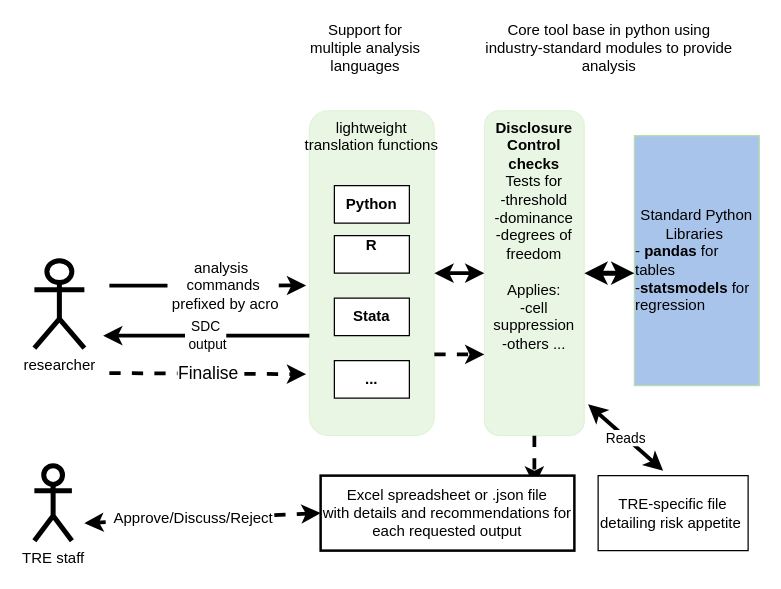
Earlier version of the draw.io diagram docs/overview.dio (AI-SDC/ACRO). Source tidied: cells renumbered, new cells numbered last; positions are measured from the earlier drawing's top-left corner, leaving out a move shared by most shapes. Both pictures are drawn from the tidied source at 125%, with x=0, y=0 at pixel (34, 22).
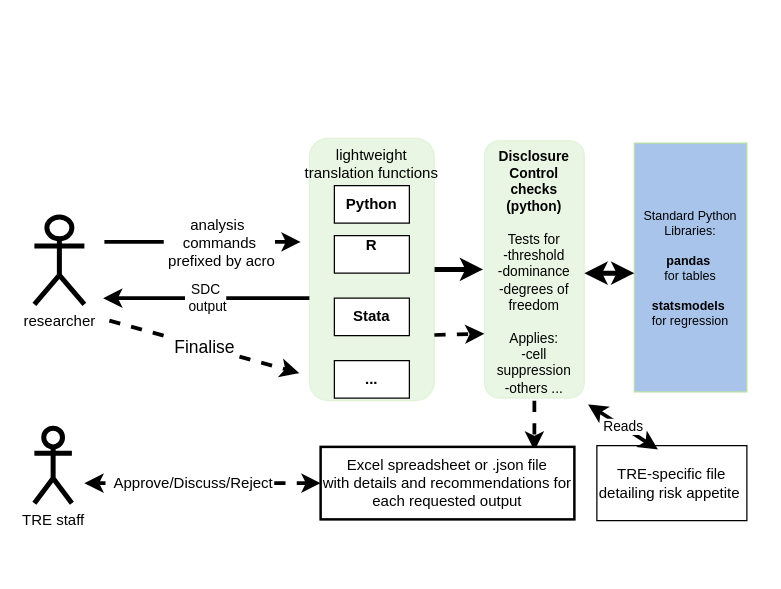
Above is the later version.

Commit message (it also covers changes not shown here):
made overview smaller

What changed in the source:
```diff
@@
+    <mxCell id="27" style="edgeStyle=orthogonalEdgeStyle;rounded=0;html=1;exitX=1;exitY=0.5;jettySize=auto;fontSize=10;strokeWidth=4;" parent="1" edge="1" source="2">
+      <mxGeometry relative="1" as="geometry">
+        <mxPoint x="359" y="197" as="targetPoint" />
+      </mxGeometry>
+    </mxCell>
     <mxCell id="2" value="&lt;div&gt;&lt;span style=&quot;letter-spacing: 0px&quot;&gt;lightweight&lt;/span&gt;&lt;br&gt;&lt;/div&gt;&lt;div&gt;translation&lt;span style=&quot;letter-spacing: 0px&quot;&gt;&amp;nbsp;functions&lt;/span&gt;&lt;/div&gt;" style="rounded=1;whiteSpace=wrap;html=1;strokeColor=#B9E0A5;verticalAlign=top;opacity=30;fillColor=#B9E0A5;spacingLeft=5;spacingRight=5;" parent="1" vertex="1">
-      <mxGeometry x="220" y="70" width="100" height="260" as="geometry" />
+      <mxGeometry x="220" y="92" width="100" height="210" as="geometry" />
     </mxCell>
-    <mxCell id="3" style="rounded=0;html=1;jettySize=auto;strokeWidth=3;elbow=vertical;entryX=-0.026;entryY=0.538;entryPerimeter=0;" parent="1" edge="1" target="2">
+    <mxCell id="3" style="rounded=0;html=1;jettySize=auto;orthogonalLoop=1;strokeWidth=3;elbow=vertical;" parent="1" edge="1">
       <mxGeometry relative="1" as="geometry">
-        <mxPoint x="60" y="210" as="sourcePoint" />
+        <mxPoint x="56" y="175" as="sourcePoint" />
+        <mxPoint x="213" y="175" as="targetPoint" />
       </mxGeometry>
     </mxCell>
@@
     <mxCell id="5" value="researcher" style="shape=umlActor;verticalLabelPosition=bottom;labelBackgroundColor=#ffffff;verticalAlign=top;html=1;strokeWidth=4;" parent="1" vertex="1">
-      <mxGeometry y="190" width="40" height="70" as="geometry" />
+      <mxGeometry y="155" width="40" height="70" as="geometry" />
     </mxCell>
@@
-    <mxCell id="7" style="edgeStyle=entityRelationEdgeStyle;rounded=0;html=1;jettySize=auto;strokeWidth=3;startArrow=classic;startFill=1;" parent="1" edge="1" target="11">
-      <mxGeometry relative="1" as="geometry">
-        <mxPoint x="320" y="200" as="sourcePoint" />
-      </mxGeometry>
-    </mxCell>
@@
-    <mxCell id="11" value="&lt;div style=&quot;text-align: center&quot;&gt;&lt;b&gt;Disclosure Control&lt;/b&gt;&lt;/div&gt;&lt;div style=&quot;text-align: center&quot;&gt;&lt;b&gt;checks&lt;/b&gt;&lt;/div&gt;&lt;div&gt;&lt;span style=&quot;letter-spacing: 0px ; text-align: left&quot;&gt;Tests for&lt;/span&gt;&lt;/div&gt;&lt;div&gt;&lt;span style=&quot;letter-spacing: 0px ; text-align: left&quot;&gt;-threshold&lt;/span&gt;&lt;/div&gt;&lt;div&gt;&lt;div style=&quot;text-align: center&quot;&gt;&lt;span style=&quot;letter-spacing: 0px ; text-align: left&quot;&gt;-dominance&lt;/span&gt;&lt;/div&gt;&lt;div style=&quot;text-align: center&quot;&gt;&lt;span style=&quot;letter-spacing: 0px ; text-align: left&quot;&gt;-degrees of freedom&lt;/span&gt;&lt;/div&gt;&lt;/div&gt;&lt;div style=&quot;text-align: center&quot;&gt;&lt;span style=&quot;letter-spacing: 0px ; text-align: left&quot;&gt;&lt;br&gt;&lt;/span&gt;&lt;/div&gt;&lt;div style=&quot;text-align: center&quot;&gt;&lt;span style=&quot;letter-spacing: 0px ; text-align: left&quot;&gt;Applies:&lt;/span&gt;&lt;/div&gt;&lt;div style=&quot;text-align: center&quot;&gt;&lt;span style=&quot;letter-spacing: 0px ; text-align: left&quot;&gt;-cell suppression&lt;/span&gt;&lt;/div&gt;&lt;div style=&quot;text-align: center&quot;&gt;&lt;span style=&quot;letter-spacing: 0px ; text-align: left&quot;&gt;-others ...&lt;/span&gt;&lt;/div&gt;" style="rounded=1;whiteSpace=wrap;html=1;strokeColor=#B9E0A5;verticalAlign=top;opacity=30;fillColor=#B9E0A5;" parent="1" vertex="1">
-      <mxGeometry x="360" y="70" width="80" height="260" as="geometry" />
+    <mxCell id="11" value="&lt;div style=&quot;text-align: center ; font-size: 11px&quot;&gt;&lt;b&gt;&lt;font style=&quot;font-size: 11px&quot;&gt;Disclosure Control&lt;/font&gt;&lt;/b&gt;&lt;/div&gt;&lt;div style=&quot;text-align: center ; font-size: 11px&quot;&gt;&lt;b&gt;&lt;font style=&quot;font-size: 11px&quot;&gt;checks&lt;/font&gt;&lt;/b&gt;&lt;/div&gt;&lt;div style=&quot;text-align: center ; font-size: 11px&quot;&gt;&lt;b&gt;&lt;font style=&quot;font-size: 11px&quot;&gt;(python)&lt;/font&gt;&lt;/b&gt;&lt;/div&gt;&lt;div style=&quot;text-align: center ; font-size: 11px&quot;&gt;&lt;b&gt;&lt;font style=&quot;font-size: 11px&quot;&gt;&lt;br&gt;&lt;/font&gt;&lt;/b&gt;&lt;/div&gt;&lt;div style=&quot;font-size: 11px&quot;&gt;&lt;span style=&quot;letter-spacing: 0px ; text-align: left&quot;&gt;&lt;font style=&quot;font-size: 11px&quot;&gt;Tests for&lt;/font&gt;&lt;/span&gt;&lt;/div&gt;&lt;div style=&quot;font-size: 11px&quot;&gt;&lt;span style=&quot;letter-spacing: 0px ; text-align: left&quot;&gt;&lt;font style=&quot;font-size: 11px&quot;&gt;-threshold&lt;/font&gt;&lt;/span&gt;&lt;/div&gt;&lt;div style=&quot;font-size: 11px&quot;&gt;&lt;div style=&quot;text-align: center&quot;&gt;&lt;span style=&quot;letter-spacing: 0px ; text-align: left&quot;&gt;&lt;font style=&quot;font-size: 11px&quot;&gt;-dominance&lt;/font&gt;&lt;/span&gt;&lt;/div&gt;&lt;div style=&quot;text-align: center&quot;&gt;&lt;span style=&quot;letter-spacing: 0px ; text-align: left&quot;&gt;&lt;font style=&quot;font-size: 11px&quot;&gt;-degrees of freedom&lt;/font&gt;&lt;/span&gt;&lt;/div&gt;&lt;/div&gt;&lt;div style=&quot;text-align: center ; font-size: 11px&quot;&gt;&lt;span style=&quot;letter-spacing: 0px ; text-align: left&quot;&gt;&lt;font style=&quot;font-size: 11px&quot;&gt;&lt;br&gt;&lt;/font&gt;&lt;/span&gt;&lt;/div&gt;&lt;div style=&quot;text-align: center ; font-size: 11px&quot;&gt;&lt;span style=&quot;letter-spacing: 0px ; text-align: left&quot;&gt;&lt;font style=&quot;font-size: 11px&quot;&gt;Applies:&lt;/font&gt;&lt;/span&gt;&lt;/div&gt;&lt;div style=&quot;text-align: center ; font-size: 11px&quot;&gt;&lt;span style=&quot;letter-spacing: 0px ; text-align: left&quot;&gt;&lt;font style=&quot;font-size: 11px&quot;&gt;-cell suppression&lt;/font&gt;&lt;/span&gt;&lt;/div&gt;&lt;div style=&quot;text-align: center ; font-size: 11px&quot;&gt;&lt;span style=&quot;letter-spacing: 0px ; text-align: left&quot;&gt;&lt;font style=&quot;font-size: 11px&quot;&gt;-others ...&lt;/font&gt;&lt;/span&gt;&lt;/div&gt;" style="rounded=1;whiteSpace=wrap;html=1;strokeColor=#B9E0A5;verticalAlign=top;opacity=30;fillColor=#B9E0A5;" parent="1" vertex="1">
+      <mxGeometry x="360" y="94" width="80" height="206" as="geometry" />
     </mxCell>
@@
-    <mxCell id="13" value="Standard Python Libraries&amp;nbsp;&lt;div style=&quot;text-align: left&quot;&gt;- &lt;b&gt;pandas&lt;/b&gt; for tables&lt;/div&gt;&lt;div style=&quot;text-align: left&quot;&gt;-&lt;b&gt;statsmodels&lt;/b&gt;&amp;nbsp;for regression&lt;/div&gt;" style="rounded=0;whiteSpace=wrap;html=1;strokeColor=#B9E0A5;fillColor=#A9C4EB;" parent="1" vertex="1">
-      <mxGeometry x="480" y="90" width="100" height="200" as="geometry" />
+    <mxCell id="13" value="Standard Python Libraries:&lt;div&gt;&amp;nbsp;&lt;div style=&quot;text-align: center&quot;&gt;&lt;b&gt;pandas&lt;/b&gt;&amp;nbsp;&lt;/div&gt;&lt;div style=&quot;text-align: center&quot;&gt;for tables&lt;/div&gt;&lt;div style=&quot;text-align: left&quot;&gt;&lt;b&gt;&lt;br&gt;&lt;/b&gt;&lt;/div&gt;&lt;div style=&quot;text-align: center&quot;&gt;&lt;b&gt;statsmodels&lt;/b&gt;&amp;nbsp;&lt;/div&gt;&lt;div style=&quot;text-align: center&quot;&gt;for regression&lt;/div&gt;&lt;/div&gt;" style="rounded=0;whiteSpace=wrap;html=1;strokeColor=#B9E0A5;fillColor=#A9C4EB;fontSize=10;" parent="1" vertex="1">
+      <mxGeometry x="480" y="96" width="90" height="199" as="geometry" />
     </mxCell>
-    <mxCell id="14" value="Support for multiple analysis&lt;div&gt;languages&lt;/div&gt;" style="text;html=1;strokeColor=none;fillColor=none;align=center;verticalAlign=middle;whiteSpace=wrap;rounded=0;spacing=0;" parent="1" vertex="1">
-      <mxGeometry x="220" y="10" width="90" height="20" as="geometry" />
-    </mxCell>
-    <mxCell id="15" value="Core tool base in python using industry-standard modules to provide analysis" style="text;html=1;strokeColor=none;fillColor=none;align=center;verticalAlign=middle;whiteSpace=wrap;rounded=0;" parent="1" vertex="1">
-      <mxGeometry x="360" width="200" height="40" as="geometry" />
-    </mxCell>
@@
     <mxCell id="17" value="SDC&lt;div&gt;&amp;nbsp;output&lt;/div&gt;" style="endArrow=classic;html=1;strokeWidth=3;exitX=-0.046;exitY=0.657;exitPerimeter=0;" parent="1" edge="1">
       <mxGeometry relative="1" as="geometry">
-        <mxPoint x="220" y="250" as="sourcePoint" />
-        <mxPoint x="55" y="250" as="targetPoint" />
+        <mxPoint x="220" y="220" as="sourcePoint" />
+        <mxPoint x="55" y="220" as="targetPoint" />
       </mxGeometry>
     </mxCell>
-    <mxCell id="18" value="&lt;font style=&quot;font-size: 14px&quot;&gt;Finalise&lt;/font&gt;" style="endArrow=classic;html=1;strokeWidth=3;entryX=-0.026;entryY=0.811;entryPerimeter=0;dashed=1;" parent="1" edge="1" target="2">
+    <mxCell id="18" value="&lt;font style=&quot;font-size: 14px&quot;&gt;Finalise&lt;/font&gt;" style="endArrow=classic;html=1;strokeWidth=3;dashed=1;" parent="1" edge="1">
       <mxGeometry relative="1" as="geometry">
-        <mxPoint x="60" y="280" as="sourcePoint" />
+        <mxPoint x="60" y="238" as="sourcePoint" />
+        <mxPoint x="212" y="280" as="targetPoint" />
       </mxGeometry>
     </mxCell>
@@
     <mxCell id="20" style="endArrow=classic;html=1;dashed=1;strokeWidth=3;" parent="1" edge="1">
       <mxGeometry relative="1" as="geometry">
-        <mxPoint x="400" y="330" as="sourcePoint" />
-        <mxPoint x="400" y="370" as="targetPoint" />
+        <mxPoint x="400" y="302" as="sourcePoint" />
+        <mxPoint x="400" y="342" as="targetPoint" />
         <Array as="points">
-          <mxPoint x="400" y="330" />
+          <mxPoint x="400" y="302" />
         </Array>
       </mxGeometry>
     </mxCell>
     <mxCell id="21" value="Excel spreadsheet or .json file&lt;div&gt;with details and recommendations for each requested output&lt;/div&gt;" style="rounded=0;whiteSpace=wrap;html=1;strokeColor=#000000;fillColor=#FFFFFF;strokeWidth=2;" parent="1" vertex="1">
-      <mxGeometry x="229" y="362" width="203" height="60" as="geometry" />
+      <mxGeometry x="229" y="339" width="203" height="58" as="geometry" />
     </mxCell>
     <mxCell id="22" value="TRE staff" style="shape=umlActor;verticalLabelPosition=bottom;labelBackgroundColor=#ffffff;verticalAlign=top;html=1;rounded=1;strokeColor=#000000;strokeWidth=4;fillColor=#FFFFFF;" parent="1" vertex="1">
-      <mxGeometry y="354" width="30" height="60" as="geometry" />
+      <mxGeometry y="324" width="30" height="60" as="geometry" />
     </mxCell>
     <mxCell id="23" style="endArrow=classic;html=1;dashed=1;strokeWidth=3;exitX=0;exitY=0.5;startArrow=classic;startFill=1;" parent="1" edge="1" source="21">
       <mxGeometry relative="1" as="geometry">
-        <mxPoint x="40" y="400" as="targetPoint" />
+        <mxPoint x="40" y="368" as="targetPoint" />
       </mxGeometry>
     </mxCell>
@@
     <mxCell id="25" value="TRE-specific file detailing risk appetite&amp;nbsp;" style="rounded=0;whiteSpace=wrap;html=1;" parent="1" vertex="1">
-      <mxGeometry x="451" y="362" width="120" height="60" as="geometry" />
+      <mxGeometry x="450" y="338" width="120" height="60" as="geometry" />
     </mxCell>
-    <mxCell id="26" value="Reads" style="endArrow=classic;startArrow=classic;html=1;strokeWidth=3;" parent="1" edge="1">
+    <mxCell id="26" value="Reads" style="endArrow=classic;startArrow=classic;html=1;strokeWidth=3;exitX=0.407;exitY=0.051;exitPerimeter=0;" parent="1" edge="1" source="25">
       <mxGeometry relative="1" as="geometry">
-        <mxPoint x="503" y="358" as="sourcePoint" />
         <mxPoint x="443" y="305" as="targetPoint" />
       </mxGeometry>
     </mxCell>
```
